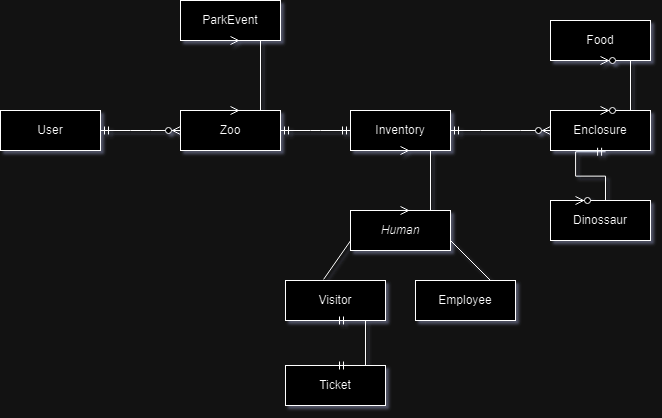
This is database/drawio/dino-zoo-tycoon.drawio.png from tuchanski/dino-zoo-tycoon, a draw.io export, as it was before one commit. Source tidied: cells renumbered, new cells last; positions are measured from the earlier drawing's top-left corner, leaving out a move shared by most shapes.
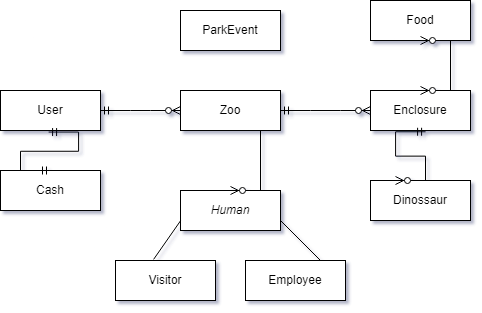
Later version of the same file.

Commit message:
:arrow_up: update: Database Diagram & DB Properties

Diff of the diagram source:
```diff
@@ -3,7 +3,7 @@
     <mxCell id="0" />
     <mxCell id="1" parent="0" />
     <mxCell id="2" value="Dinossaur" style="whiteSpace=wrap;html=1;align=center;" parent="1" vertex="1">
-      <mxGeometry x="550" y="210" width="100" height="40" as="geometry" />
+      <mxGeometry x="370" y="210" width="100" height="40" as="geometry" />
     </mxCell>
     <mxCell id="3" value="User" style="whiteSpace=wrap;html=1;align=center;" parent="1" vertex="1">
       <mxGeometry y="120" width="100" height="40" as="geometry" />
@@ -15,57 +15,34 @@
       <mxGeometry relative="1" as="geometry" />
     </mxCell>
     <mxCell id="6" value="Enclosure" style="whiteSpace=wrap;html=1;align=center;" parent="1" vertex="1">
-      <mxGeometry x="550" y="120" width="100" height="40" as="geometry" />
+      <mxGeometry x="370" y="120" width="100" height="40" as="geometry" />
     </mxCell>
     <mxCell id="7" value="Food" style="whiteSpace=wrap;html=1;align=center;" parent="1" vertex="1">
-      <mxGeometry x="550" y="30" width="100" height="40" as="geometry" />
+      <mxGeometry x="370" y="30" width="100" height="40" as="geometry" />
     </mxCell>
     <mxCell id="8" value="&lt;i&gt;Human&lt;/i&gt;" style="whiteSpace=wrap;html=1;align=center;" parent="1" vertex="1">
-      <mxGeometry x="350" y="220" width="100" height="40" as="geometry" />
+      <mxGeometry x="180" y="220" width="100" height="40" as="geometry" />
     </mxCell>
     <mxCell id="9" value="Visitor" style="whiteSpace=wrap;html=1;align=center;" parent="1" vertex="1">
-      <mxGeometry x="285" y="290" width="100" height="40" as="geometry" />
+      <mxGeometry x="115" y="290" width="100" height="40" as="geometry" />
     </mxCell>
     <mxCell id="10" value="Employee" style="whiteSpace=wrap;html=1;align=center;" parent="1" vertex="1">
-      <mxGeometry x="415" y="290" width="100" height="40" as="geometry" />
+      <mxGeometry x="245" y="290" width="100" height="40" as="geometry" />
     </mxCell>
-    <mxCell id="11" value="Inventory" style="whiteSpace=wrap;html=1;align=center;" parent="1" vertex="1">
-      <mxGeometry x="350" y="120" width="100" height="40" as="geometry" />
-    </mxCell>
-    <mxCell id="12" style="edgeStyle=entityRelationEdgeStyle;fontSize=12;html=1;endArrow=ERmandOne;startArrow=ERmandOne;rounded=0;exitX=1;exitY=0.5;exitDx=0;exitDy=0;entryX=0;entryY=0.5;entryDx=0;entryDy=0;" parent="1" edge="1" source="4" target="11">
-      <mxGeometry relative="1" as="geometry" />
-    </mxCell>
     <mxCell id="13" value="ParkEvent" style="whiteSpace=wrap;html=1;align=center;" parent="1" vertex="1">
-      <mxGeometry x="180" y="10" width="100" height="40" as="geometry" />
+      <mxGeometry x="180" y="40" width="100" height="40" as="geometry" />
     </mxCell>
-    <mxCell id="14" style="edgeStyle=entityRelationEdgeStyle;fontSize=12;html=1;endArrow=ERmany;startArrow=ERmany;rounded=0;exitX=0.5;exitY=0;exitDx=0;exitDy=0;entryX=0.5;entryY=1;entryDx=0;entryDy=0;" parent="1" edge="1" source="4" target="13">
-      <mxGeometry relative="1" as="geometry">
-        <Array as="points">
-          <mxPoint x="230" y="150" />
-          <mxPoint x="280" />
-        </Array>
-      </mxGeometry>
-    </mxCell>
-    <mxCell id="15" value="Ticket" style="whiteSpace=wrap;html=1;align=center;" parent="1" vertex="1">
-      <mxGeometry x="285" y="375" width="100" height="40" as="geometry" />
-    </mxCell>
-    <mxCell id="16" style="edgeStyle=entityRelationEdgeStyle;fontSize=12;html=1;endArrow=ERmany;startArrow=ERmany;rounded=0;entryX=0.5;entryY=1;entryDx=0;entryDy=0;exitX=0.5;exitY=0;exitDx=0;exitDy=0;" parent="1" edge="1" source="8" target="11">
-      <mxGeometry relative="1" as="geometry" />
-    </mxCell>
     <mxCell id="17" style="endArrow=none;html=1;rounded=0;exitX=0.381;exitY=-0.028;exitDx=0;exitDy=0;exitPerimeter=0;" parent="1" edge="1" source="9">
       <mxGeometry relative="1" as="geometry">
-        <mxPoint x="350" y="250.3" as="targetPoint" />
+        <mxPoint x="180" y="250.3" as="targetPoint" />
       </mxGeometry>
     </mxCell>
     <mxCell id="18" style="endArrow=none;html=1;rounded=0;entryX=0.75;entryY=0;entryDx=0;entryDy=0;" parent="1" edge="1" target="10">
       <mxGeometry relative="1" as="geometry">
-        <mxPoint x="450" y="250" as="sourcePoint" />
+        <mxPoint x="280" y="250" as="sourcePoint" />
       </mxGeometry>
     </mxCell>
-    <mxCell id="19" style="edgeStyle=entityRelationEdgeStyle;fontSize=12;html=1;endArrow=ERmandOne;startArrow=ERmandOne;rounded=0;entryX=0.5;entryY=1;entryDx=0;entryDy=0;exitX=0.5;exitY=0;exitDx=0;exitDy=0;" parent="1" edge="1" source="15" target="9">
-      <mxGeometry relative="1" as="geometry" />
-    </mxCell>
-    <mxCell id="20" style="edgeStyle=entityRelationEdgeStyle;fontSize=12;html=1;endArrow=ERzeroToMany;startArrow=ERmandOne;rounded=0;exitX=1;exitY=0.5;exitDx=0;exitDy=0;entryX=0;entryY=0.5;entryDx=0;entryDy=0;" parent="1" edge="1" source="11" target="6">
+    <mxCell id="20" style="edgeStyle=entityRelationEdgeStyle;fontSize=12;html=1;endArrow=ERzeroToMany;startArrow=ERmandOne;rounded=0;exitX=1;exitY=0.5;exitDx=0;exitDy=0;entryX=0;entryY=0.5;entryDx=0;entryDy=0;" parent="1" edge="1" source="4" target="6">
       <mxGeometry relative="1" as="geometry" />
     </mxCell>
     <mxCell id="21" style="edgeStyle=entityRelationEdgeStyle;fontSize=12;html=1;endArrow=ERzeroToMany;startArrow=ERmandOne;rounded=0;exitX=0.551;exitY=1.032;exitDx=0;exitDy=0;exitPerimeter=0;entryX=0.25;entryY=0;entryDx=0;entryDy=0;" parent="1" edge="1" source="6" target="2">
@@ -74,5 +51,14 @@
     <mxCell id="22" style="edgeStyle=entityRelationEdgeStyle;fontSize=12;html=1;endArrow=ERzeroToMany;endFill=1;startArrow=ERzeroToMany;rounded=0;exitX=0.5;exitY=0;exitDx=0;exitDy=0;entryX=0.5;entryY=1;entryDx=0;entryDy=0;" parent="1" edge="1" source="6" target="7">
       <mxGeometry relative="1" as="geometry" />
     </mxCell>
+    <mxCell id="23" style="edgeStyle=entityRelationEdgeStyle;fontSize=12;html=1;endArrow=ERzeroToMany;endFill=1;rounded=0;exitX=0.5;exitY=1;exitDx=0;exitDy=0;entryX=0.5;entryY=0;entryDx=0;entryDy=0;" parent="1" edge="1" source="4" target="8">
+      <mxGeometry relative="1" as="geometry" />
+    </mxCell>
+    <mxCell id="24" value="Cash" style="whiteSpace=wrap;html=1;align=center;" parent="1" vertex="1">
+      <mxGeometry y="200" width="100" height="40" as="geometry" />
+    </mxCell>
+    <mxCell id="25" style="edgeStyle=entityRelationEdgeStyle;fontSize=12;html=1;endArrow=ERmandOne;startArrow=ERmandOne;rounded=0;exitX=0.5;exitY=0;exitDx=0;exitDy=0;entryX=0.481;entryY=1.039;entryDx=0;entryDy=0;entryPerimeter=0;" parent="1" edge="1" source="24" target="3">
+      <mxGeometry relative="1" as="geometry" />
+    </mxCell>
   </root>
 </mxGraphModel>
```
